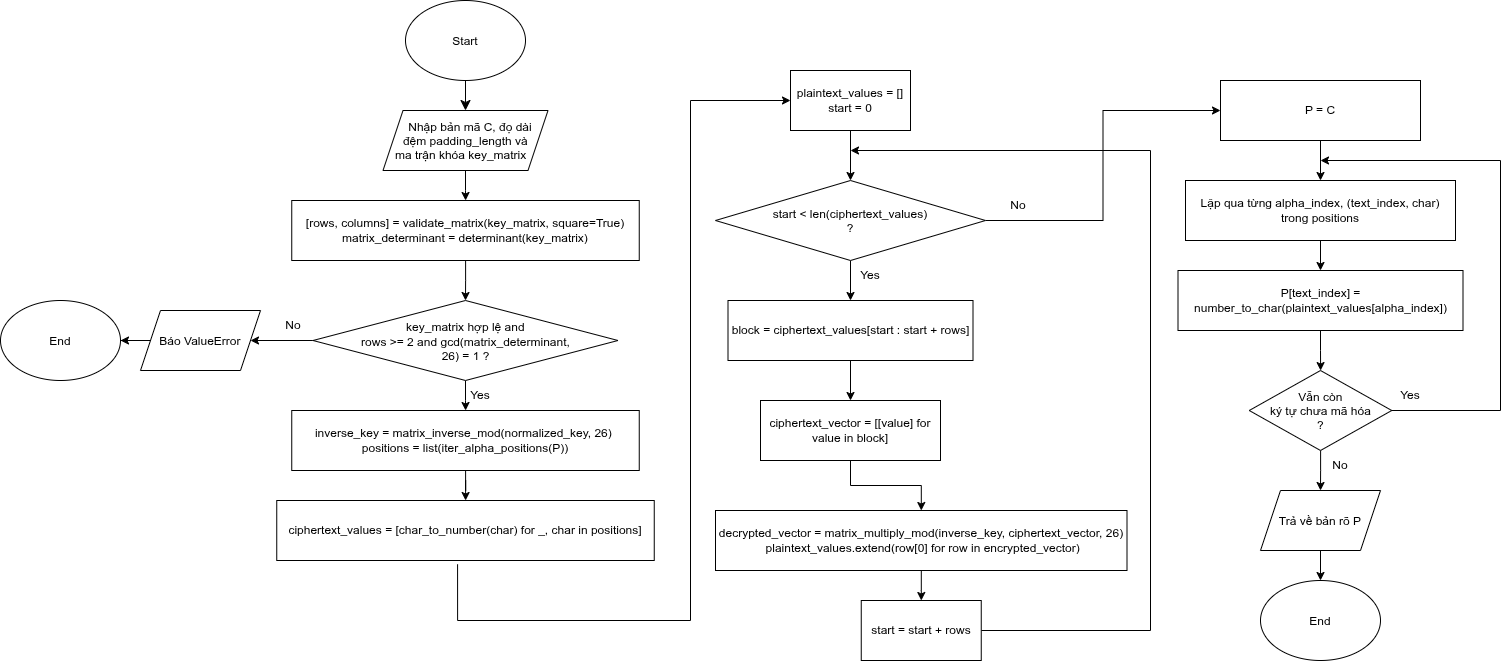
Before: assets/hill_decrypt.png, a diagram exported from draw.io (quanghung4dhh/LTMM_Project). Source tidied: cells renumbered, new cells last; positions are measured from the earlier drawing's top-left corner, leaving out a move shared by most shapes.
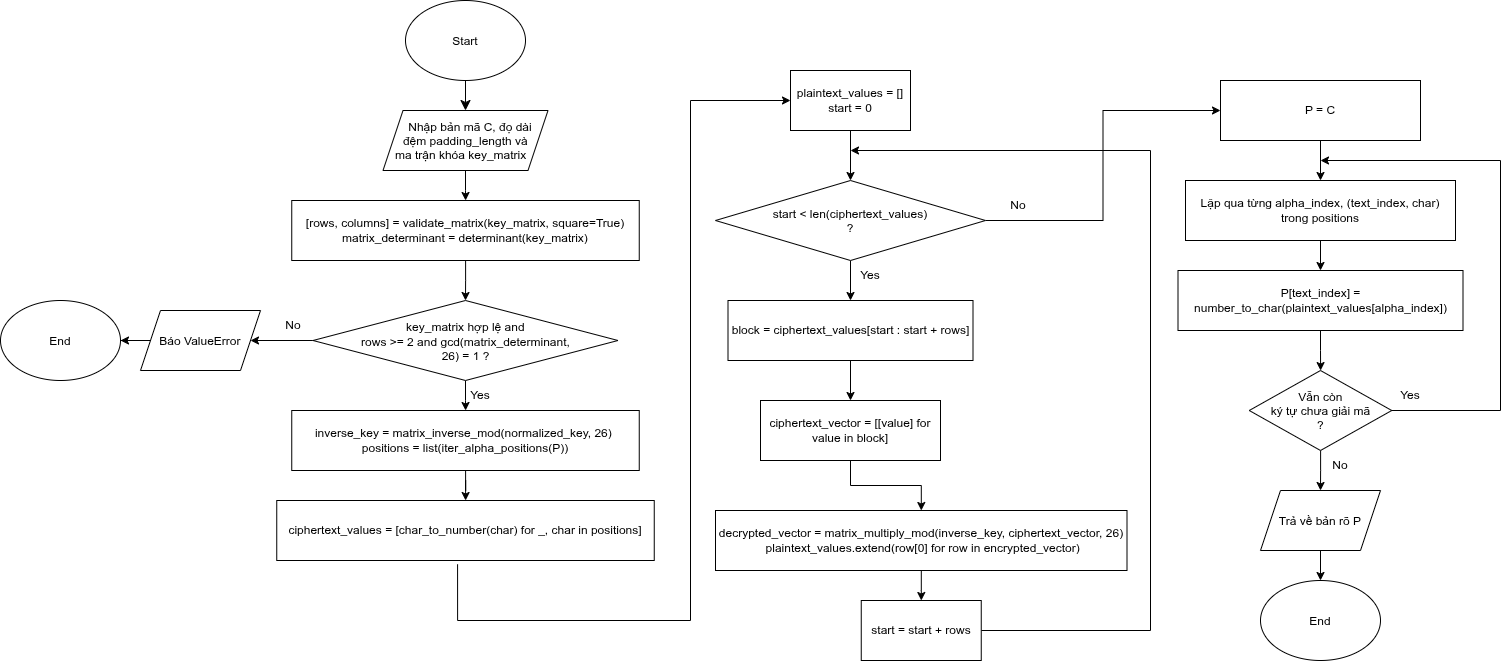
Above is the later version.

Commit message:
Chỉnh lại lưu đồ thuật toán mật mã Hill decryption

The edit, as a diff of the source:
```diff
@@ -133,7 +133,7 @@
         </Array>
       </mxGeometry>
     </mxCell>
-    <mxCell id="39" value="Vẫn còn ký tự chưa mã hóa ?" style="rhombus;whiteSpace=wrap;html=1;shapeInside=1;" parent="1" vertex="1">
+    <mxCell id="39" value="Vẫn còn ký tự chưa giải mã ?" style="rhombus;whiteSpace=wrap;html=1;shapeInside=1;" parent="1" vertex="1">
       <mxGeometry x="1248.8" y="370" width="142.5" height="80" as="geometry" />
     </mxCell>
     <mxCell id="40" style="edgeStyle=orthogonalEdgeStyle;rounded=0;jettySize=auto;html=1;defaultLabelBackgroundColor=page;" parent="1" edge="1" source="41" target="42">
```
